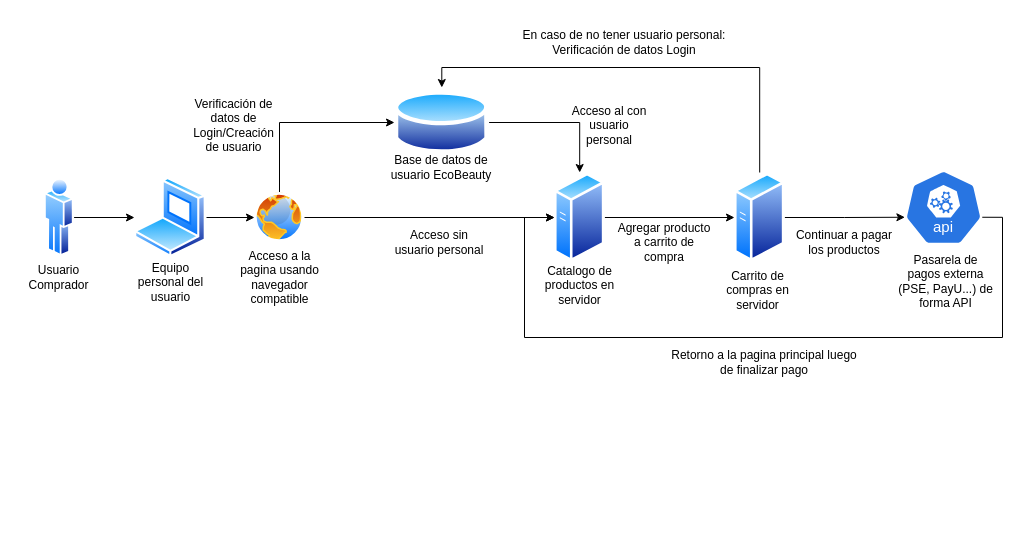
Before: DiagramaComponentes.drawio in SantyCrispoca/EcoBeauty, a draw.io diagram. Source tidied: cells renumbered, new cells numbered last; positions are measured from the earlier drawing's top-left corner, leaving out a move shared by most shapes. Both pictures are drawn from the tidied source at 100%, with x=0, y=0 at pixel (16, 17).
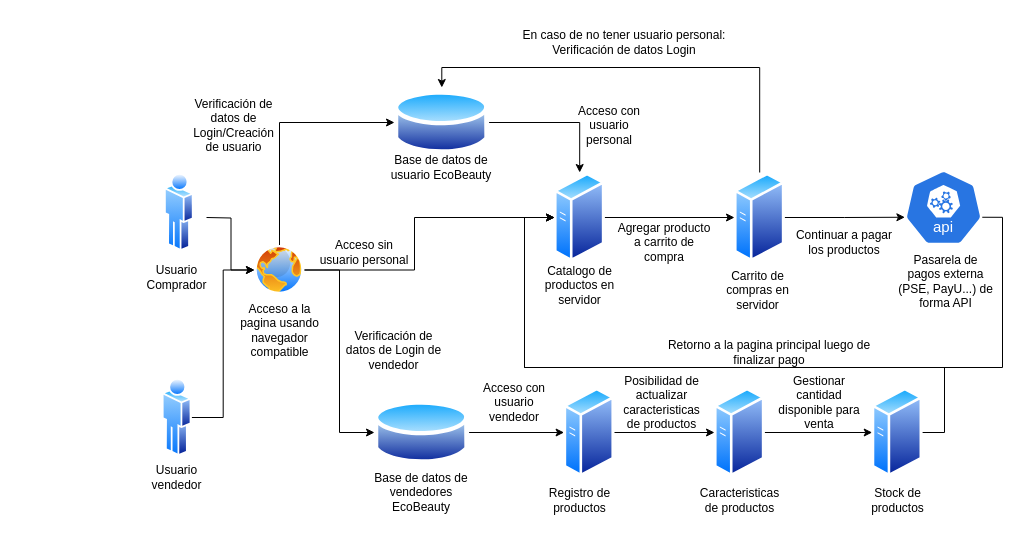
The same page after the edit.

Unchanged cells that the change refers to:
```xml
<mxCell id="10" style="image;perimeter=ellipsePerimeter;html=1;align=center;shadow=0;dashed=0;spacingTop=3;image=img/lib/active_directory/generic_server.svg;" parent="1" vertex="1">
  <mxGeometry x="538" y="155" width="50.4" height="90" as="geometry" />
</mxCell>
<mxCell id="22" style="sketch=0;html=1;dashed=0;whitespace=wrap;verticalLabelPosition=bottom;verticalAlign=top;fillColor=#2875E2;strokeColor=#ffffff;points=[[0.005,0.63,0],[0.1,0.2,0],[0.9,0.2,0],[0.5,0,0],[0.995,0.63,0],[0.72,0.99,0],[0.5,1,0],[0.28,0.99,0]];shape=mxgraph.kubernetes.icon2;kubernetesLabel=1;prIcon=api;" parent="1" vertex="1">
  <mxGeometry x="888" y="152.5" width="78.1" height="75" as="geometry" />
</mxCell>
```

Change to the diagram source:
```diff
@@
-    <mxCell id="4" style="edgeStyle=orthogonalEdgeStyle;rounded=0;jettySize=auto;html=1;entryX=0;entryY=0.5;entryDx=0;entryDy=0;" parent="1" edge="1" source="5" target="8">
-      <mxGeometry relative="1" as="geometry" />
+    <mxCell id="4" style="edgeStyle=orthogonalEdgeStyle;rounded=0;jettySize=auto;html=1;entryX=0;entryY=0.5;entryDx=0;entryDy=0;" parent="1" edge="1" target="8">
+      <mxGeometry relative="1" as="geometry">
+        <mxPoint x="190" y="200" as="sourcePoint" />
+      </mxGeometry>
     </mxCell>
-    <mxCell id="5" style="image;perimeter=ellipsePerimeter;html=1;align=center;shadow=0;dashed=0;spacingTop=3;image=img/lib/active_directory/laptop_client.svg;" parent="1" vertex="1">
-      <mxGeometry x="118" y="160" width="72" height="80" as="geometry" />
-    </mxCell>
@@
     <mxCell id="7" style="edgeStyle=orthogonalEdgeStyle;rounded=0;jettySize=auto;html=1;entryX=0;entryY=0.5;entryDx=0;entryDy=0;" parent="1" edge="1" source="8" target="10">
-      <mxGeometry relative="1" as="geometry" />
+      <mxGeometry relative="1" as="geometry">
+        <Array as="points">
+          <mxPoint x="398" y="253" />
+          <mxPoint x="398" y="200" />
+        </Array>
+      </mxGeometry>
     </mxCell>
+    <mxCell id="32" style="edgeStyle=orthogonalEdgeStyle;rounded=0;jettySize=auto;html=1;exitX=1;exitY=0.5;exitDx=0;exitDy=0;entryX=0;entryY=0.5;entryDx=0;entryDy=0;" parent="1" edge="1" source="8" target="39">
+      <mxGeometry relative="1" as="geometry" />
+    </mxCell>
     <mxCell id="8" style="image;perimeter=ellipsePerimeter;html=1;align=center;shadow=0;dashed=0;spacingTop=3;image=img/lib/active_directory/internet_globe.svg;" parent="1" vertex="1">
-      <mxGeometry x="238" y="175" width="50" height="50" as="geometry" />
+      <mxGeometry x="238" y="227.5" width="50" height="50" as="geometry" />
     </mxCell>
@@
-    <mxCell id="11" style="edgeStyle=orthogonalEdgeStyle;rounded=0;jettySize=auto;html=1;" parent="1" edge="1" source="12" target="5">
-      <mxGeometry relative="1" as="geometry" />
-    </mxCell>
     <mxCell id="12" style="image;perimeter=ellipsePerimeter;html=1;align=center;shadow=0;dashed=0;spacingTop=3;image=img/lib/active_directory/user.svg;" parent="1" vertex="1">
-      <mxGeometry x="28" y="160" width="29.6" height="80" as="geometry" />
+      <mxGeometry x="148" y="155" width="29.6" height="80" as="geometry" />
     </mxCell>
     <mxCell id="13" value="Usuario&lt;br&gt;Comprador" style="text;html=1;align=center;verticalAlign=middle;whiteSpace=wrap;rounded=0;" parent="1" vertex="1">
-      <mxGeometry x="0.2" y="240" width="85.2" height="40" as="geometry" />
+      <mxGeometry x="118" y="240" width="85.2" height="40" as="geometry" />
     </mxCell>
-    <mxCell id="14" value="Equipo personal del usuario" style="text;html=1;align=center;verticalAlign=middle;whiteSpace=wrap;rounded=0;" parent="1" vertex="1">
-      <mxGeometry x="110.7" y="240" width="86.6" height="50" as="geometry" />
-    </mxCell>
     <mxCell id="15" value="Acceso a la pagina usando navegador compatible" style="text;html=1;align=center;verticalAlign=middle;whiteSpace=wrap;rounded=0;" parent="1" vertex="1">
-      <mxGeometry x="219.7" y="227.5" width="86.6" height="65" as="geometry" />
+      <mxGeometry x="219.7" y="280" width="86.6" height="65" as="geometry" />
     </mxCell>
@@
-    <mxCell id="18" value="Acceso al con usuario personal" style="text;html=1;align=center;verticalAlign=middle;whiteSpace=wrap;rounded=0;" parent="1" vertex="1">
+    <mxCell id="18" value="Acceso con usuario personal" style="text;html=1;align=center;verticalAlign=middle;whiteSpace=wrap;rounded=0;" parent="1" vertex="1">
       <mxGeometry x="548" y="75" width="90" height="65" as="geometry" />
     </mxCell>
     <mxCell id="19" value="Acceso sin usuario personal" style="text;html=1;align=center;verticalAlign=middle;whiteSpace=wrap;rounded=0;" parent="1" vertex="1">
-      <mxGeometry x="372.6" y="200" width="100" height="50" as="geometry" />
+      <mxGeometry x="298" y="210" width="100" height="50" as="geometry" />
     </mxCell>
@@
     <mxCell id="21" style="edgeStyle=orthogonalEdgeStyle;rounded=0;jettySize=auto;html=1;exitX=0.995;exitY=0.63;exitDx=0;exitDy=0;exitPerimeter=0;entryX=0;entryY=0.5;entryDx=0;entryDy=0;" parent="1" edge="1" source="22" target="10">
       <mxGeometry relative="1" as="geometry">
         <Array as="points">
           <mxPoint x="986" y="200" />
-          <mxPoint x="986" y="320" />
-          <mxPoint x="508" y="320" />
+          <mxPoint x="986" y="350" />
+          <mxPoint x="508" y="350" />
           <mxPoint x="508" y="200" />
         </Array>
       </mxGeometry>
     </mxCell>
@@
     <mxCell id="31" value="Retorno a la pagina principal luego de finalizar pago" style="text;html=1;align=center;verticalAlign=middle;whiteSpace=wrap;rounded=0;" parent="1" vertex="1">
-      <mxGeometry x="648" y="320" width="200" height="50" as="geometry" />
+      <mxGeometry x="638" y="310" width="230" height="50" as="geometry" />
     </mxCell>
+    <mxCell id="33" style="edgeStyle=orthogonalEdgeStyle;rounded=0;jettySize=auto;html=1;exitX=1;exitY=0.5;exitDx=0;exitDy=0;entryX=0;entryY=0.5;entryDx=0;entryDy=0;" parent="1" edge="1" source="34" target="8">
+      <mxGeometry relative="1" as="geometry" />
+    </mxCell>
+    <mxCell id="34" style="image;perimeter=ellipsePerimeter;html=1;align=center;shadow=0;dashed=0;spacingTop=3;image=img/lib/active_directory/user.svg;" parent="1" vertex="1">
+      <mxGeometry x="145.8" y="360" width="29.6" height="80" as="geometry" />
+    </mxCell>
+    <mxCell id="35" value="Usuario vendedor" style="text;html=1;align=center;verticalAlign=middle;whiteSpace=wrap;rounded=0;" parent="1" vertex="1">
+      <mxGeometry x="118" y="440" width="85.2" height="40" as="geometry" />
+    </mxCell>
+    <mxCell id="36" style="edgeStyle=orthogonalEdgeStyle;rounded=0;jettySize=auto;html=1;exitX=1;exitY=0.5;exitDx=0;exitDy=0;entryX=0;entryY=0.5;entryDx=0;entryDy=0;" parent="1" edge="1" source="37" target="43">
+      <mxGeometry relative="1" as="geometry" />
+    </mxCell>
+    <mxCell id="37" style="image;perimeter=ellipsePerimeter;html=1;align=center;shadow=0;dashed=0;spacingTop=3;image=img/lib/active_directory/generic_server.svg;" parent="1" vertex="1">
+      <mxGeometry x="547.6" y="370" width="50.4" height="90" as="geometry" />
+    </mxCell>
+    <mxCell id="38" style="edgeStyle=orthogonalEdgeStyle;rounded=0;jettySize=auto;html=1;exitX=1;exitY=0.5;exitDx=0;exitDy=0;entryX=0;entryY=0.5;entryDx=0;entryDy=0;" parent="1" edge="1" source="39" target="37">
+      <mxGeometry relative="1" as="geometry" />
+    </mxCell>
+    <mxCell id="39" style="image;perimeter=ellipsePerimeter;html=1;align=center;shadow=0;dashed=0;spacingTop=3;image=img/lib/active_directory/database.svg;" parent="1" vertex="1">
+      <mxGeometry x="358" y="380" width="94.6" height="70" as="geometry" />
+    </mxCell>
+    <mxCell id="40" value="Base de datos de vendedores EcoBeauty" style="text;html=1;align=center;verticalAlign=middle;whiteSpace=wrap;rounded=0;" parent="1" vertex="1">
+      <mxGeometry x="350.3" y="450" width="110" height="50" as="geometry" />
+    </mxCell>
+    <mxCell id="41" value="Registro de productos" style="text;html=1;align=center;verticalAlign=middle;whiteSpace=wrap;rounded=0;" parent="1" vertex="1">
+      <mxGeometry x="519.9" y="450" width="86.6" height="65" as="geometry" />
+    </mxCell>
+    <mxCell id="42" style="edgeStyle=orthogonalEdgeStyle;rounded=0;jettySize=auto;html=1;exitX=1;exitY=0.5;exitDx=0;exitDy=0;entryX=0;entryY=0.5;entryDx=0;entryDy=0;" parent="1" edge="1" source="43" target="46">
+      <mxGeometry relative="1" as="geometry" />
+    </mxCell>
+    <mxCell id="43" style="image;perimeter=ellipsePerimeter;html=1;align=center;shadow=0;dashed=0;spacingTop=3;image=img/lib/active_directory/generic_server.svg;" parent="1" vertex="1">
+      <mxGeometry x="698" y="370" width="50.4" height="90" as="geometry" />
+    </mxCell>
+    <mxCell id="44" value="Caracteristicas de productos" style="text;html=1;align=center;verticalAlign=middle;whiteSpace=wrap;rounded=0;" parent="1" vertex="1">
+      <mxGeometry x="679.9" y="450" width="86.6" height="65" as="geometry" />
+    </mxCell>
+    <mxCell id="45" style="edgeStyle=orthogonalEdgeStyle;rounded=0;jettySize=auto;html=1;exitX=1;exitY=0.5;exitDx=0;exitDy=0;entryX=0;entryY=0.5;entryDx=0;entryDy=0;" parent="1" edge="1" source="46" target="10">
+      <mxGeometry relative="1" as="geometry">
+        <Array as="points">
+          <mxPoint x="928" y="415" />
+          <mxPoint x="928" y="350" />
+          <mxPoint x="508" y="350" />
+          <mxPoint x="508" y="200" />
+        </Array>
+      </mxGeometry>
+    </mxCell>
+    <mxCell id="46" style="image;perimeter=ellipsePerimeter;html=1;align=center;shadow=0;dashed=0;spacingTop=3;image=img/lib/active_directory/generic_server.svg;" parent="1" vertex="1">
+      <mxGeometry x="855.7" y="370" width="50.4" height="90" as="geometry" />
+    </mxCell>
+    <mxCell id="47" value="Stock de productos" style="text;html=1;align=center;verticalAlign=middle;whiteSpace=wrap;rounded=0;" parent="1" vertex="1">
+      <mxGeometry x="837.6" y="450" width="86.6" height="65" as="geometry" />
+    </mxCell>
+    <mxCell id="48" value="Acceso con usuario vendedor" style="text;html=1;align=center;verticalAlign=middle;whiteSpace=wrap;rounded=0;" parent="1" vertex="1">
+      <mxGeometry x="452.6" y="352.5" width="90" height="65" as="geometry" />
+    </mxCell>
+    <mxCell id="49" value="Verificación de datos de Login de vendedor" style="text;html=1;align=center;verticalAlign=middle;whiteSpace=wrap;rounded=0;" parent="1" vertex="1">
+      <mxGeometry x="328" y="300" width="98.6" height="65" as="geometry" />
+    </mxCell>
+    <mxCell id="50" value="Posibilidad de actualizar caracteristicas de productos" style="text;html=1;align=center;verticalAlign=middle;whiteSpace=wrap;rounded=0;" parent="1" vertex="1">
+      <mxGeometry x="598" y="360" width="95" height="50" as="geometry" />
+    </mxCell>
+    <mxCell id="51" value="Gestionar cantidad disponible para venta" style="text;html=1;align=center;verticalAlign=middle;whiteSpace=wrap;rounded=0;" parent="1" vertex="1">
+      <mxGeometry x="758" y="360" width="90" height="50" as="geometry" />
+    </mxCell>
```
